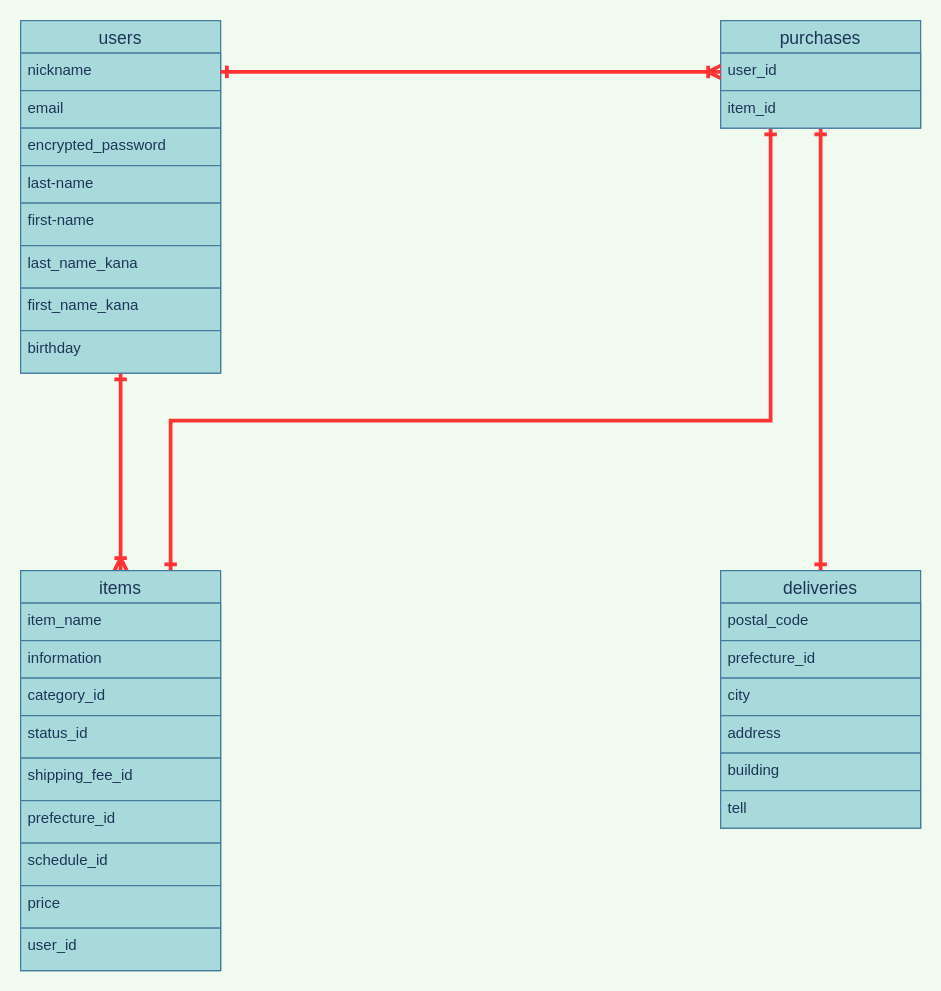
Earlier version of the draw.io diagram er.dio (takatakaakiaki/furima-34589). Source tidied: cells renumbered, new cells numbered last; positions are measured from the earlier drawing's top-left corner, leaving out a move shared by most shapes. Both pictures are drawn from the tidied source at 125%, with x=0, y=0 at pixel (20, 20).
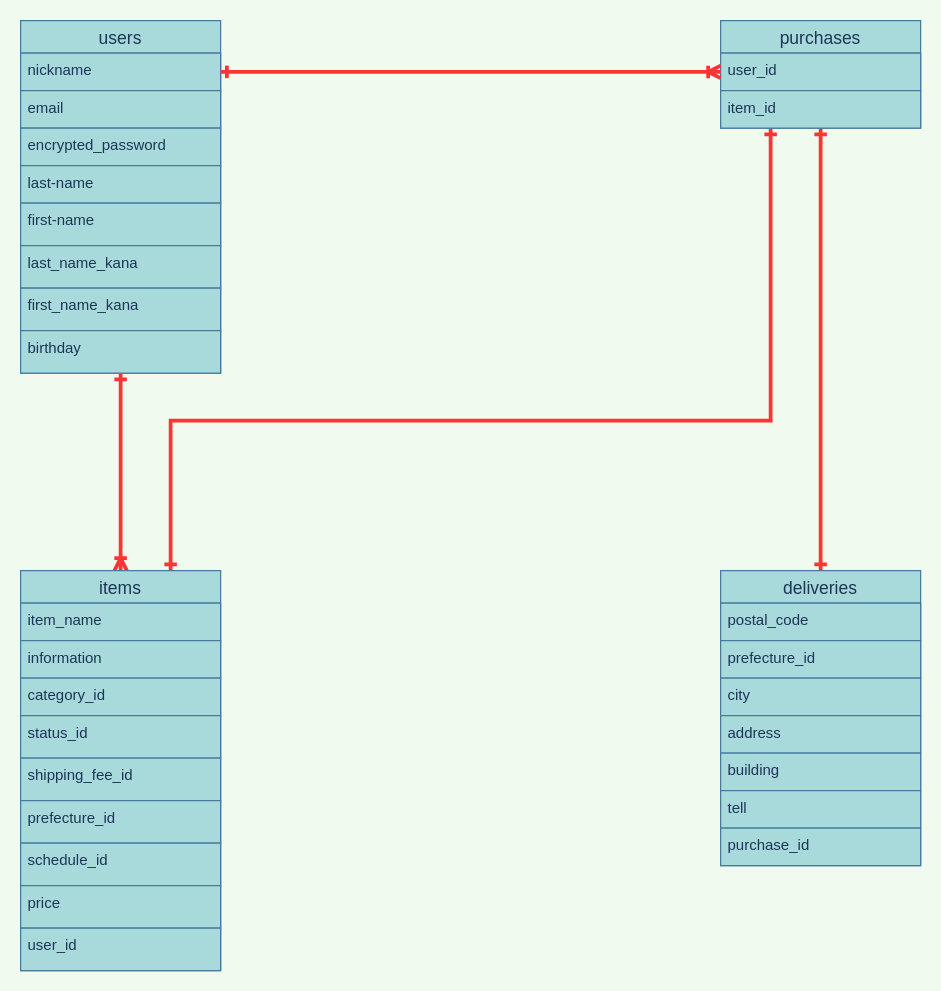
Above is the later version.

Diff of the diagram source:
```diff
@@
     <mxCell id="27" value="deliveries" style="swimlane;fontStyle=0;horizontal=1;startSize=26;align=center;fontSize=14;fillColor=#A8DADC;strokeColor=#457B9D;fontColor=#1D3557;" parent="1" vertex="1">
-      <mxGeometry x="560" y="440" width="160" height="206" as="geometry" />
+      <mxGeometry x="560" y="440" width="160" height="236" as="geometry" />
     </mxCell>
@@
+    <mxCell id="35" value="purchase_id" style="text;strokeColor=#457B9D;fillColor=#A8DADC;spacingLeft=4;spacingRight=4;overflow=hidden;fontSize=12;fontColor=#1D3557;" parent="27" vertex="1">
+      <mxGeometry y="206" width="160" height="30" as="geometry" />
+    </mxCell>
```
